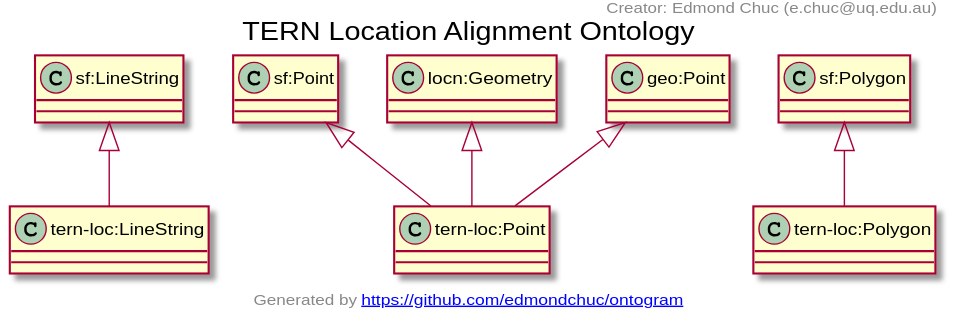
This is docs/tern-loc.ttl.txt.svg from ternaustralia/ontology_tern-loc, a PlantUML export, as it was before one commit.
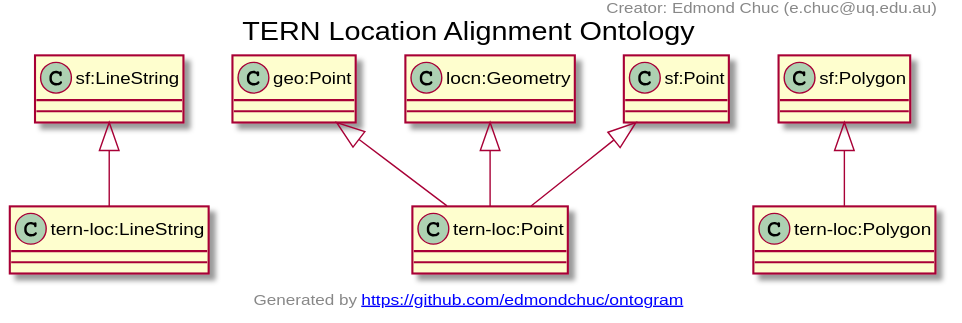
Above is the later version.

Commit message:
Added small addition to the editorial note of tern-loc:wktLiteral

Change to the diagram source:
```diff
@@ -1,9 +1,9 @@
 @startuml
 title TERN Location Alignment Ontology
 "sf:LineString" <|-- "tern-loc:LineString"
+"geo:Point" <|-- "tern-loc:Point"
+"locn:Geometry" <|-- "tern-loc:Point"
 "sf:Point" <|-- "tern-loc:Point"
-"locn:Geometry" <|-- "tern-loc:Point"
-"geo:Point" <|-- "tern-loc:Point"
 "sf:Polygon" <|-- "tern-loc:Polygon"
 Class "tern-loc:LineString" [[https://w3id.org/tern/ontologies/loc/LineString]] {
 }
```
